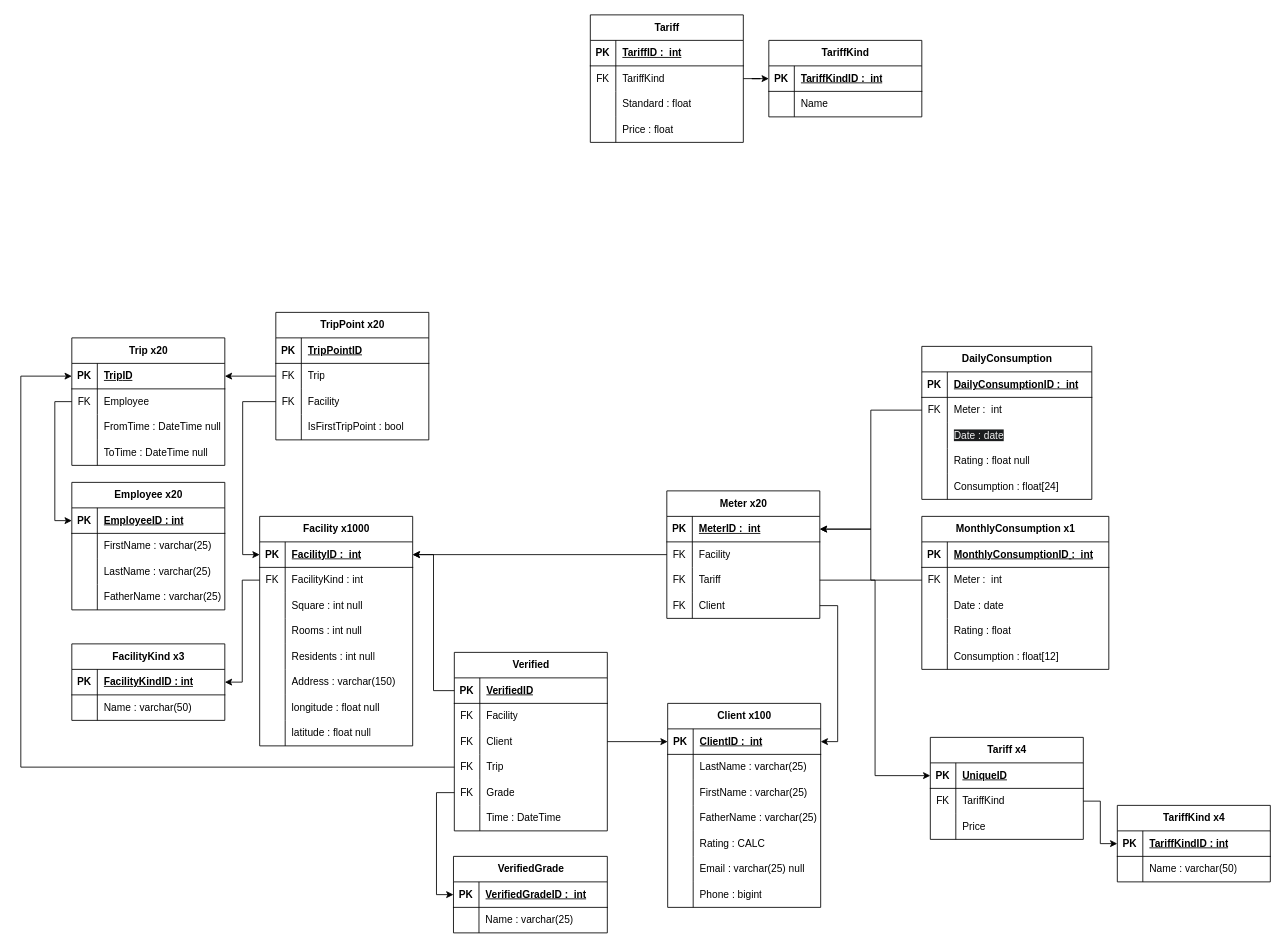
DrSa1fer/FairWatt keeps this draw.io diagram as src/db/diagrams/FairWatt.drawio. Above is the earlier version. Source tidied: cells renumbered, new cells numbered last; positions are measured from the earlier drawing's top-left corner, leaving out a move shared by most shapes. Both pictures are drawn from the tidied source at 85%, with x=0, y=0 at pixel (20, 14).
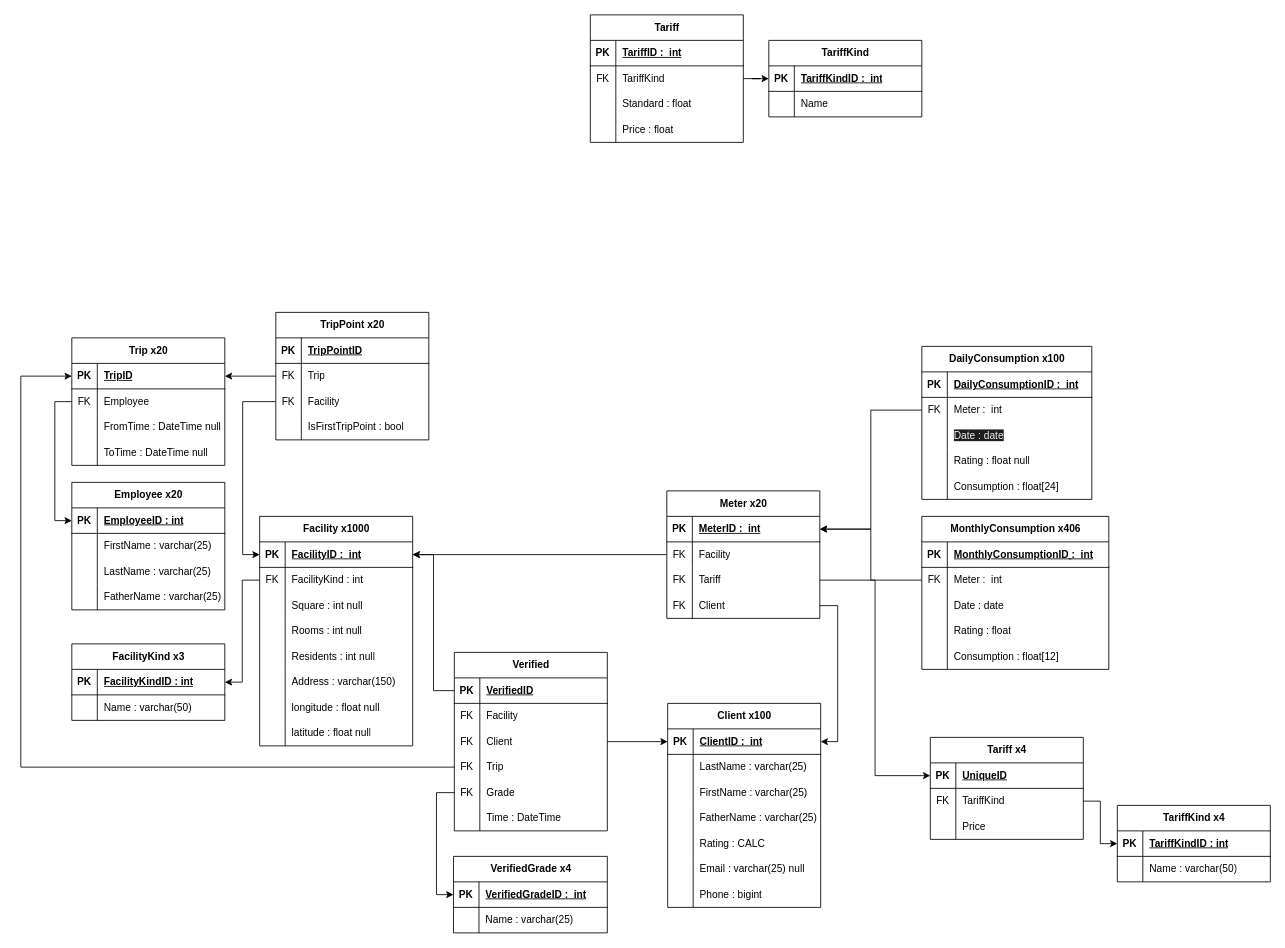
After the change.

Diff of the diagram source:
```diff
@@
-    <mxCell id="143" value="VerifiedGrade" style="shape=table;startSize=30;childLayout=tableLayout;rowLines=0;fontStyle=1;align=center;html=1;" parent="1" vertex="1">
+    <mxCell id="143" value="VerifiedGrade x4" style="shape=table;startSize=30;childLayout=tableLayout;rowLines=0;fontStyle=1;align=center;html=1;" parent="1" vertex="1">
       <mxGeometry x="509" y="990" width="181" height="90" as="geometry" />
     </mxCell>
@@
-    <mxCell id="151" value="DailyConsumption" style="shape=table;startSize=30;childLayout=tableLayout;rowLines=0;fontStyle=1;align=center;html=1;" parent="1" vertex="1">
+    <mxCell id="151" value="DailyConsumption x100" style="shape=table;startSize=30;childLayout=tableLayout;rowLines=0;fontStyle=1;align=center;html=1;" parent="1" vertex="1">
       <mxGeometry x="1060" y="390" width="200" height="180" as="geometry" />
     </mxCell>
@@
-    <mxCell id="168" value="MonthlyConsumption x1" style="shape=table;startSize=30;childLayout=tableLayout;rowLines=0;fontStyle=1;align=center;html=1;" parent="1" vertex="1">
+    <mxCell id="168" value="MonthlyConsumption x406" style="shape=table;startSize=30;childLayout=tableLayout;rowLines=0;fontStyle=1;align=center;html=1;" parent="1" vertex="1">
       <mxGeometry x="1060" y="590" width="220" height="180" as="geometry" />
     </mxCell>
```
